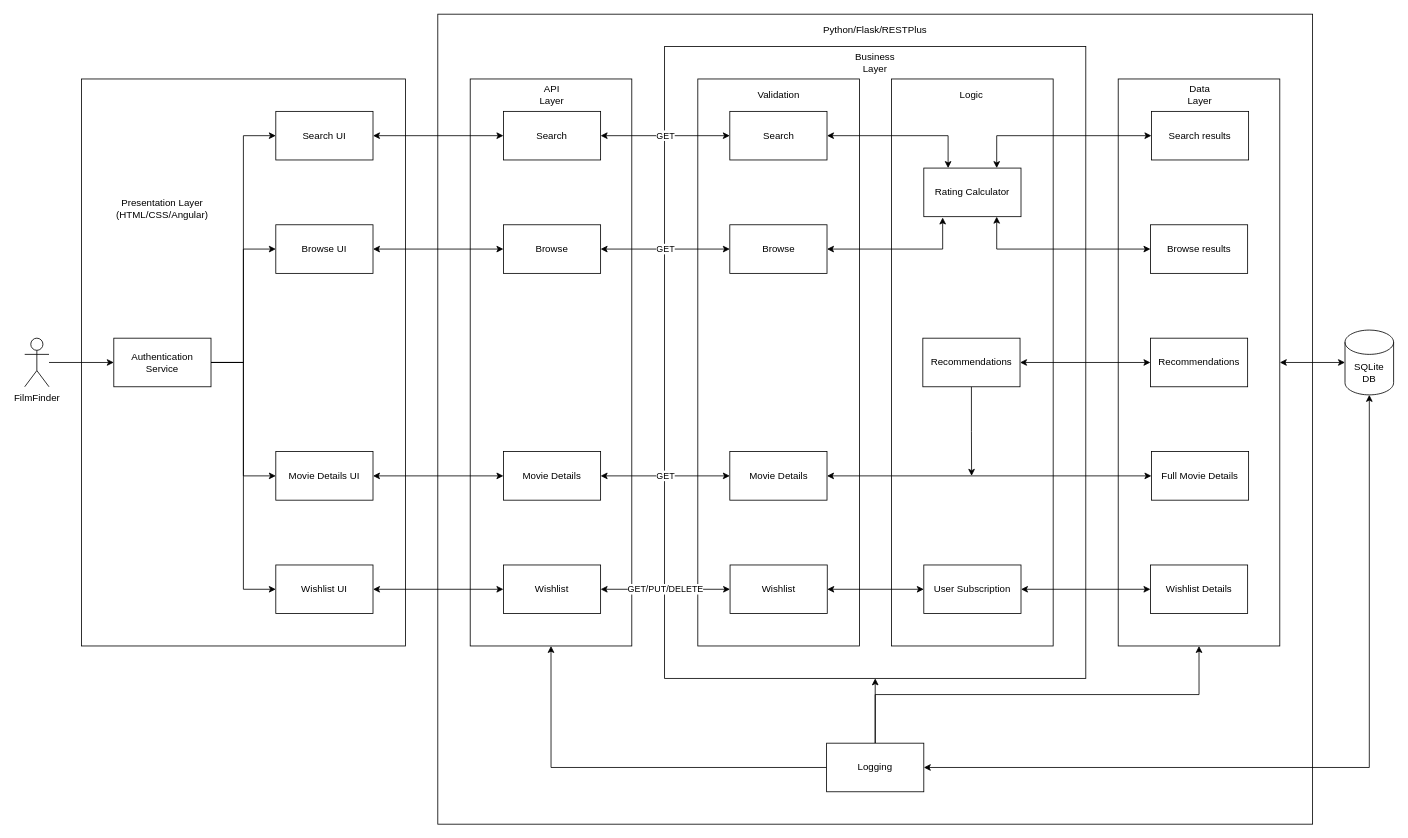
unsw-cse-capstone-project/capstone-project-comp9900-h16a-tahelka keeps this draw.io diagram as page "New" (2 of 2) of software_architecture.drawio. Above is the earlier version. Source tidied: cells renumbered, new cells numbered last; positions are measured from the earlier drawing's top-left corner, leaving out a move shared by most shapes. Both pictures are drawn from the tidied source at 81%, with x=0, y=0 at pixel (24, 14).
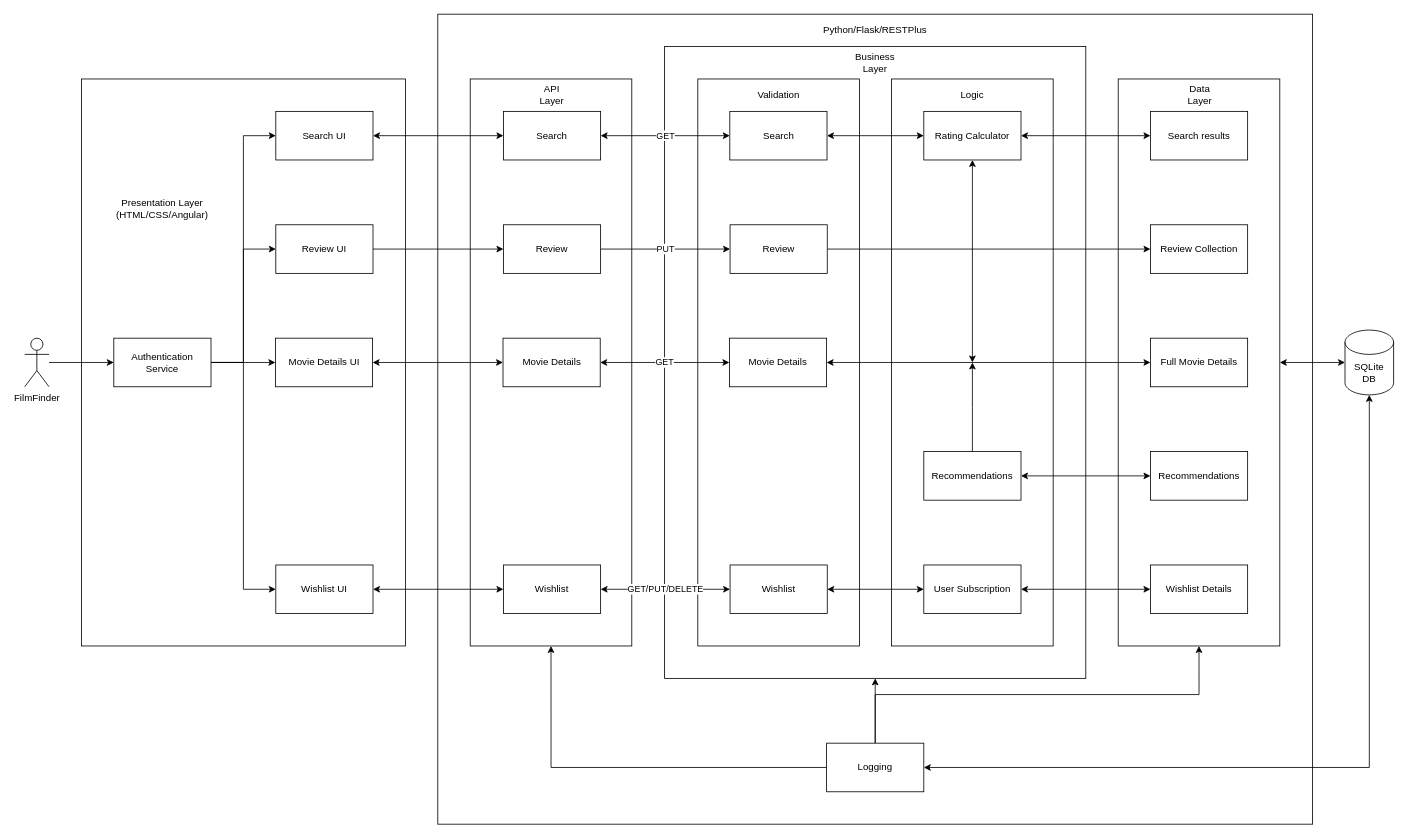
The same diagram, later.

Commit message:
Further updated software architecture diagram

The change refers to these unchanged cells:
```xml
<mxCell id="9" value="Authentication&lt;br&gt;Service" style="rounded=0;whiteSpace=wrap;html=1;" parent="1" vertex="1">
  <mxGeometry x="110" y="400" width="120" height="60" as="geometry" />
</mxCell>
<mxCell id="21" value="Search" style="rounded=0;whiteSpace=wrap;html=1;" parent="1" vertex="1">
  <mxGeometry x="870.5" y="120" width="120" height="60" as="geometry" />
</mxCell>
```

Diff of the diagram source:
```diff
@@
-    <mxCell id="6" style="edgeStyle=orthogonalEdgeStyle;rounded=0;jettySize=auto;html=1;startArrow=none;startFill=0;entryX=0;entryY=0.5;entryDx=0;entryDy=0;" parent="1" edge="1" source="9" target="50">
-      <mxGeometry relative="1" as="geometry" />
-    </mxCell>
@@
+    <mxCell id="67" style="edgeStyle=orthogonalEdgeStyle;rounded=0;jettySize=auto;html=1;entryX=0;entryY=0.5;entryDx=0;entryDy=0;startArrow=none;startFill=0;" parent="1" edge="1" source="9" target="70">
+      <mxGeometry relative="1" as="geometry" />
+    </mxCell>
@@
-    <mxCell id="24" style="edgeStyle=orthogonalEdgeStyle;rounded=0;jettySize=auto;html=1;startArrow=classic;startFill=1;exitX=0.25;exitY=0;exitDx=0;exitDy=0;entryX=1;entryY=0.5;entryDx=0;entryDy=0;" parent="1" edge="1" source="25" target="21">
+    <mxCell id="24" style="edgeStyle=orthogonalEdgeStyle;rounded=0;jettySize=auto;html=1;startArrow=classic;startFill=1;exitX=0;exitY=0.5;exitDx=0;exitDy=0;entryX=1;entryY=0.5;entryDx=0;entryDy=0;" parent="1" edge="1" source="25" target="21">
       <mxGeometry relative="1" as="geometry" />
     </mxCell>
     <mxCell id="25" value="Rating Calculator" style="rounded=0;whiteSpace=wrap;html=1;" parent="1" vertex="1">
-      <mxGeometry x="1110" y="190" width="120" height="60" as="geometry" />
+      <mxGeometry x="1110" y="120" width="120" height="60" as="geometry" />
     </mxCell>
     <mxCell id="26" value="Logic" style="text;html=1;strokeColor=none;fillColor=none;align=center;verticalAlign=middle;whiteSpace=wrap;rounded=0;" parent="1" vertex="1">
-      <mxGeometry x="1148.8" y="90" width="40" height="20" as="geometry" />
+      <mxGeometry x="1150" y="90" width="40" height="20" as="geometry" />
     </mxCell>
-    <mxCell id="27" style="edgeStyle=orthogonalEdgeStyle;rounded=0;jettySize=auto;html=1;startArrow=none;startFill=0;exitX=0.5;exitY=1;exitDx=0;exitDy=0;" parent="1" edge="1" source="28">
-      <mxGeometry relative="1" as="geometry">
-        <mxPoint x="1169" y="570" as="targetPoint" />
-      </mxGeometry>
-    </mxCell>
+    <mxCell id="68" style="edgeStyle=orthogonalEdgeStyle;rounded=0;jettySize=auto;html=1;startArrow=none;startFill=0;" parent="1" edge="1" source="28">
+      <mxGeometry relative="1" as="geometry">
+        <mxPoint x="1170" y="430" as="targetPoint" />
+      </mxGeometry>
+    </mxCell>
     <mxCell id="28" value="Recommendations" style="rounded=0;whiteSpace=wrap;html=1;" parent="1" vertex="1">
-      <mxGeometry x="1108.8" y="400" width="120" height="60" as="geometry" />
+      <mxGeometry x="1110" y="540" width="120" height="60" as="geometry" />
     </mxCell>
@@
-    <mxCell id="32" style="edgeStyle=orthogonalEdgeStyle;rounded=0;jettySize=auto;html=1;startArrow=classic;startFill=1;entryX=0.75;entryY=0;entryDx=0;entryDy=0;" parent="1" edge="1" source="33" target="25">
+    <mxCell id="32" style="edgeStyle=orthogonalEdgeStyle;rounded=0;jettySize=auto;html=1;startArrow=classic;startFill=1;entryX=1;entryY=0.5;entryDx=0;entryDy=0;" parent="1" edge="1" source="33" target="25">
       <mxGeometry relative="1" as="geometry" />
     </mxCell>
     <mxCell id="33" value="Search results" style="rounded=0;whiteSpace=wrap;html=1;" parent="1" vertex="1">
-      <mxGeometry x="1391" y="120" width="120" height="60" as="geometry" />
+      <mxGeometry x="1389.8" y="120" width="120" height="60" as="geometry" />
     </mxCell>
@@
     <mxCell id="42" value="Recommendations" style="rounded=0;whiteSpace=wrap;html=1;" parent="1" vertex="1">
-      <mxGeometry x="1389.8" y="400" width="120" height="60" as="geometry" />
+      <mxGeometry x="1389.8" y="540" width="120" height="60" as="geometry" />
     </mxCell>
     <mxCell id="43" value="Movie Details" style="rounded=0;whiteSpace=wrap;html=1;" parent="1" vertex="1">
-      <mxGeometry x="591" y="540" width="120" height="60" as="geometry" />
+      <mxGeometry x="590.5" y="400" width="120" height="60" as="geometry" />
     </mxCell>
@@
     <mxCell id="45" value="Movie Details" style="rounded=0;whiteSpace=wrap;html=1;" parent="1" vertex="1">
-      <mxGeometry x="870.5" y="540" width="120" height="60" as="geometry" />
+      <mxGeometry x="870" y="400" width="120" height="60" as="geometry" />
     </mxCell>
-    <mxCell id="46" style="edgeStyle=orthogonalEdgeStyle;rounded=0;jettySize=auto;html=1;startArrow=classic;startFill=1;entryX=1;entryY=0.5;entryDx=0;entryDy=0;" parent="1" edge="1" source="47" target="45">
+    <mxCell id="46" style="edgeStyle=orthogonalEdgeStyle;rounded=0;jettySize=auto;html=1;entryX=1;entryY=0.5;entryDx=0;entryDy=0;startArrow=classic;startFill=1;" parent="1" edge="1" source="47" target="45">
       <mxGeometry relative="1" as="geometry" />
     </mxCell>
     <mxCell id="47" value="Full Movie Details" style="rounded=0;whiteSpace=wrap;html=1;" parent="1" vertex="1">
-      <mxGeometry x="1391" y="540" width="120" height="60" as="geometry" />
+      <mxGeometry x="1389.8" y="400" width="120" height="60" as="geometry" />
     </mxCell>
@@
     <mxCell id="49" value="Movie Details UI" style="rounded=0;whiteSpace=wrap;html=1;" parent="1" vertex="1">
-      <mxGeometry x="310" y="540" width="120" height="60" as="geometry" />
+      <mxGeometry x="309.5" y="400" width="120" height="60" as="geometry" />
     </mxCell>
-    <mxCell id="50" value="Browse UI" style="rounded=0;whiteSpace=wrap;html=1;" parent="1" vertex="1">
-      <mxGeometry x="310" y="260" width="120" height="60" as="geometry" />
-    </mxCell>
-    <mxCell id="51" style="edgeStyle=orthogonalEdgeStyle;rounded=0;jettySize=auto;html=1;entryX=1;entryY=0.5;entryDx=0;entryDy=0;startArrow=classic;startFill=1;" parent="1" edge="1" source="52" target="50">
-      <mxGeometry relative="1" as="geometry" />
-    </mxCell>
-    <mxCell id="52" value="Browse" style="rounded=0;whiteSpace=wrap;html=1;" parent="1" vertex="1">
-      <mxGeometry x="591" y="260" width="120" height="60" as="geometry" />
-    </mxCell>
-    <mxCell id="53" value="GET" style="edgeStyle=orthogonalEdgeStyle;rounded=0;jettySize=auto;html=1;entryX=1;entryY=0.5;entryDx=0;entryDy=0;startArrow=classic;startFill=1;" parent="1" edge="1" source="55" target="52">
-      <mxGeometry relative="1" as="geometry" />
-    </mxCell>
-    <mxCell id="54" style="edgeStyle=orthogonalEdgeStyle;rounded=0;jettySize=auto;html=1;entryX=0.194;entryY=1.017;entryDx=0;entryDy=0;entryPerimeter=0;startArrow=classic;startFill=1;" parent="1" edge="1" source="55" target="25">
-      <mxGeometry relative="1" as="geometry" />
-    </mxCell>
-    <mxCell id="55" value="Browse" style="rounded=0;whiteSpace=wrap;html=1;" parent="1" vertex="1">
-      <mxGeometry x="870.5" y="260" width="120" height="60" as="geometry" />
-    </mxCell>
-    <mxCell id="56" style="edgeStyle=orthogonalEdgeStyle;rounded=0;jettySize=auto;html=1;entryX=0.75;entryY=1;entryDx=0;entryDy=0;startArrow=classic;startFill=1;" parent="1" edge="1" source="57" target="25">
-      <mxGeometry relative="1" as="geometry" />
-    </mxCell>
-    <mxCell id="57" value="Browse results" style="rounded=0;whiteSpace=wrap;html=1;" parent="1" vertex="1">
-      <mxGeometry x="1389.8" y="260" width="120" height="60" as="geometry" />
-    </mxCell>
@@
+    <mxCell id="69" style="edgeStyle=orthogonalEdgeStyle;rounded=0;jettySize=auto;html=1;entryX=0;entryY=0.5;entryDx=0;entryDy=0;startArrow=none;startFill=0;" parent="1" edge="1" source="70" target="72">
+      <mxGeometry relative="1" as="geometry" />
+    </mxCell>
+    <mxCell id="70" value="Review UI" style="rounded=0;whiteSpace=wrap;html=1;" parent="1" vertex="1">
+      <mxGeometry x="310" y="260" width="120" height="60" as="geometry" />
+    </mxCell>
+    <mxCell id="71" value="PUT" style="edgeStyle=orthogonalEdgeStyle;rounded=0;jettySize=auto;html=1;startArrow=none;startFill=0;" parent="1" edge="1" source="72" target="74">
+      <mxGeometry relative="1" as="geometry" />
+    </mxCell>
+    <mxCell id="72" value="Review" style="rounded=0;whiteSpace=wrap;html=1;" parent="1" vertex="1">
+      <mxGeometry x="591" y="260" width="120" height="60" as="geometry" />
+    </mxCell>
+    <mxCell id="73" style="edgeStyle=orthogonalEdgeStyle;rounded=0;jettySize=auto;html=1;startArrow=none;startFill=0;" parent="1" edge="1" source="74" target="75">
+      <mxGeometry relative="1" as="geometry" />
+    </mxCell>
+    <mxCell id="74" value="Review" style="rounded=0;whiteSpace=wrap;html=1;" parent="1" vertex="1">
+      <mxGeometry x="870.8" y="260" width="120" height="60" as="geometry" />
+    </mxCell>
+    <mxCell id="75" value="Review Collection" style="rounded=0;whiteSpace=wrap;html=1;" parent="1" vertex="1">
+      <mxGeometry x="1389.8" y="260" width="120" height="60" as="geometry" />
+    </mxCell>
+    <mxCell id="76" style="endArrow=classic;startArrow=classic;html=1;entryX=0.5;entryY=1;entryDx=0;entryDy=0;" parent="1" edge="1" target="25">
+      <mxGeometry relative="1" as="geometry">
+        <mxPoint x="1170" y="430" as="sourcePoint" />
+      </mxGeometry>
+    </mxCell>
```
